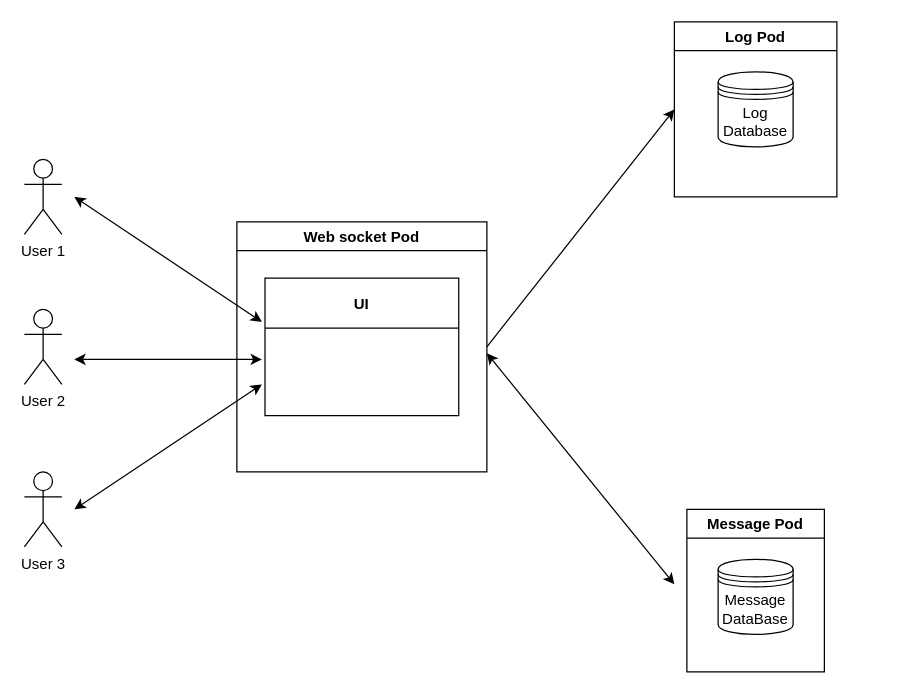
Before: design.drawio in rlevine1106/ChatK8S, a draw.io diagram. Source tidied: cells renumbered, new cells numbered last; positions are measured from the earlier drawing's top-left corner, leaving out a move shared by most shapes. Both pictures are drawn from the tidied source at 125%, with x=0, y=0 at pixel (24, 21).
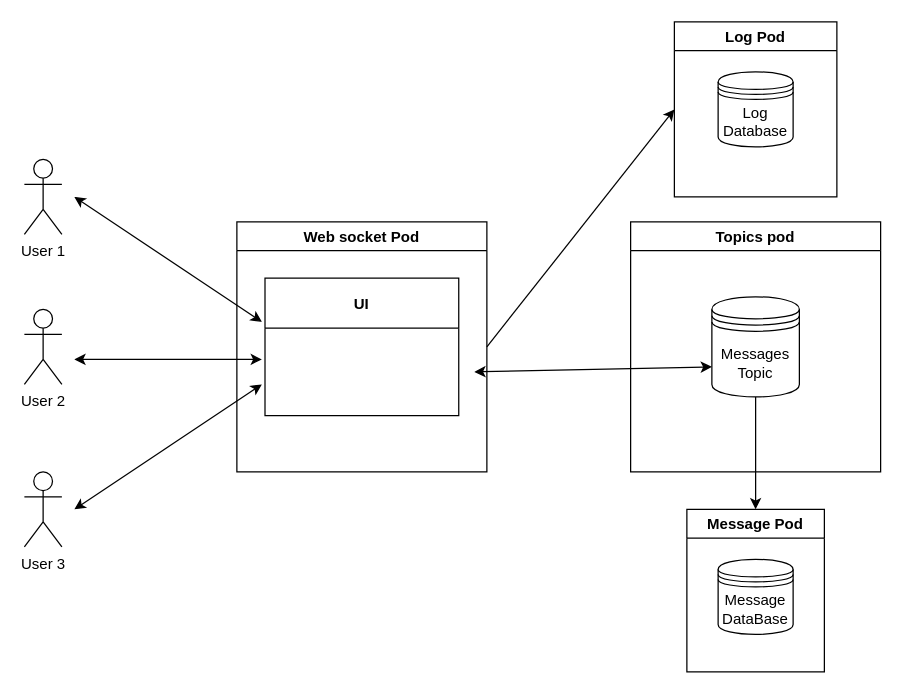
After the change.

Commit message:
revised arch to include pubsub

Unchanged cells that the change refers to:
```xml
<mxCell id="6" value="Web socket Pod" style="swimlane;" parent="1" vertex="1">
  <mxGeometry x="170" y="160" width="200" height="200" as="geometry" />
</mxCell>
```

What changed in the source:
```diff
@@
-    <mxCell id="7" style="endArrow=classic;startArrow=classic;html=1;rounded=0;" parent="6" edge="1">
-      <mxGeometry relative="1" as="geometry">
-        <mxPoint x="350" y="290" as="sourcePoint" />
-        <mxPoint x="200" y="105" as="targetPoint" />
-      </mxGeometry>
-    </mxCell>
@@
+    <mxCell id="16" style="endArrow=classic;html=1;rounded=0;exitX=0.5;exitY=1;exitDx=0;exitDy=0;" parent="1" edge="1" source="17">
+      <mxGeometry relative="1" as="geometry">
+        <mxPoint x="585" y="390" as="targetPoint" />
+      </mxGeometry>
+    </mxCell>
+    <mxCell id="17" value="Messages Topic" style="shape=datastore;whiteSpace=wrap;html=1;" parent="1" vertex="1">
+      <mxGeometry x="550" y="220" width="70" height="80" as="geometry" />
+    </mxCell>
+    <mxCell id="18" style="endArrow=classic;startArrow=classic;html=1;rounded=0;entryX=0;entryY=0.7;entryDx=0;entryDy=0;" parent="1" edge="1" target="17">
+      <mxGeometry relative="1" as="geometry">
+        <mxPoint x="360" y="280" as="sourcePoint" />
+      </mxGeometry>
+    </mxCell>
+    <mxCell id="19" value="Topics pod" style="swimlane;" parent="1" vertex="1">
+      <mxGeometry x="485" y="160" width="200" height="200" as="geometry" />
+    </mxCell>
```
